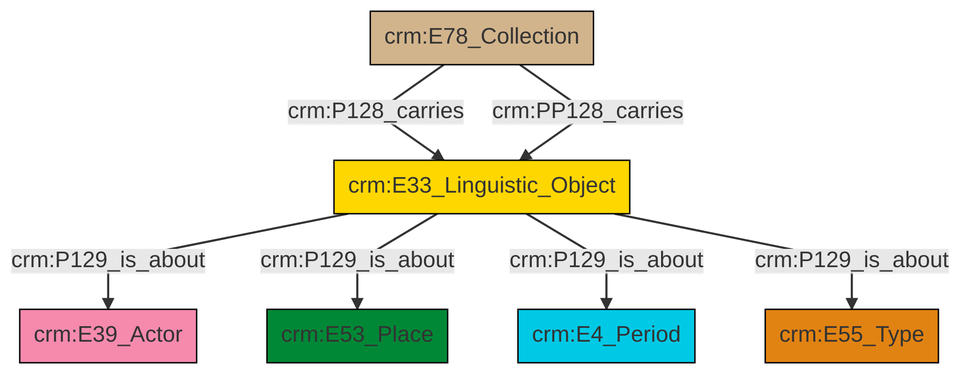
This is et/archivalCSV/ttl/mmd/png/archival_aboutness.png from swiss-art-research-net/docs.swissartresearch, a Mermaid export, as it was before one commit. Its source is kept beside it as et/archivalCSV/ttl/mmd/archival_aboutness.ttl.mmd.
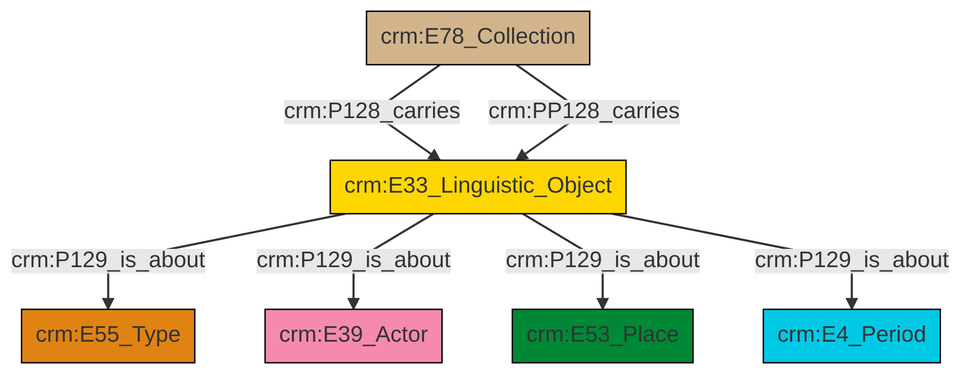
After the change.

Change to the diagram source:
```diff
@@ -13,9 +13,9 @@
 classDef PC_Classes fill:#4ce600, stroke:#000000;
 classDef Multi fill:#cccccc,stroke:#000000;
 
-0["crm:E33_Linguistic_Object"]:::Conceptual_Object -->|crm:P129_is_about| 1["crm:E39_Actor"]:::Actor
-2["crm:E78_Collection"]:::Physical_Thing -->|crm:P128_carries| 0["crm:E33_Linguistic_Object"]:::Conceptual_Object
-2["crm:E78_Collection"]:::Physical_Thing -->|crm:PP128_carries| 0["crm:E33_Linguistic_Object"]:::Conceptual_Object
-0["crm:E33_Linguistic_Object"]:::Conceptual_Object -->|crm:P129_is_about| 5["crm:E53_Place"]:::Place
-0["crm:E33_Linguistic_Object"]:::Conceptual_Object -->|crm:P129_is_about| 3["crm:E4_Period"]:::Temporal_Entity
-0["crm:E33_Linguistic_Object"]:::Conceptual_Object -->|crm:P129_is_about| 7["crm:E55_Type"]:::Type
+0["crm:E78_Collection"]:::Physical_Thing -->|crm:P128_carries| 1["crm:E33_Linguistic_Object"]:::Conceptual_Object
+0["crm:E78_Collection"]:::Physical_Thing -->|crm:PP128_carries| 1["crm:E33_Linguistic_Object"]:::Conceptual_Object
+1["crm:E33_Linguistic_Object"]:::Conceptual_Object -->|crm:P129_is_about| 2["crm:E55_Type"]:::Type
+1["crm:E33_Linguistic_Object"]:::Conceptual_Object -->|crm:P129_is_about| 8["crm:E39_Actor"]:::Actor
+1["crm:E33_Linguistic_Object"]:::Conceptual_Object -->|crm:P129_is_about| 9["crm:E53_Place"]:::Place
+1["crm:E33_Linguistic_Object"]:::Conceptual_Object -->|crm:P129_is_about| 4["crm:E4_Period"]:::Temporal_Entity
```
